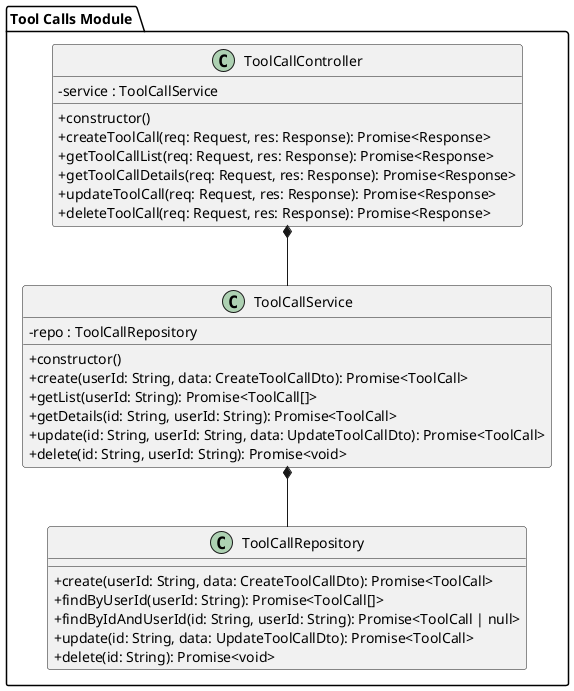
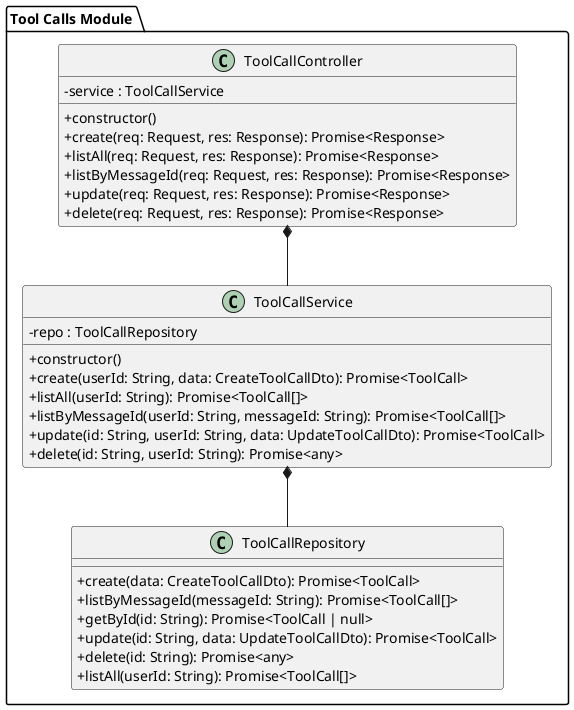
@startuml Class_ToolCalls

skinparam linetype ortho
skinparam classAttributeIconSize 0

package "Tool Calls Module " {

  class "ToolCallController" as ToolCallController {
    - service : ToolCallService
    + constructor()
-     + createToolCall(req: Request, res: Response): Promise<Response>
-     + getToolCallList(req: Request, res: Response): Promise<Response>
-     + getToolCallDetails(req: Request, res: Response): Promise<Response>
-     + updateToolCall(req: Request, res: Response): Promise<Response>
-     + deleteToolCall(req: Request, res: Response): Promise<Response>
+     + create(req: Request, res: Response): Promise<Response>
+     + listAll(req: Request, res: Response): Promise<Response>
+     + listByMessageId(req: Request, res: Response): Promise<Response>
+     + update(req: Request, res: Response): Promise<Response>
+     + delete(req: Request, res: Response): Promise<Response>
  }

  class "ToolCallService" as ToolCallService {
    - repo : ToolCallRepository
    + constructor()
    + create(userId: String, data: CreateToolCallDto): Promise<ToolCall>
-     + getList(userId: String): Promise<ToolCall[]>
-     + getDetails(id: String, userId: String): Promise<ToolCall>
+     + listAll(userId: String): Promise<ToolCall[]>
+     + listByMessageId(userId: String, messageId: String): Promise<ToolCall[]>
    + update(id: String, userId: String, data: UpdateToolCallDto): Promise<ToolCall>
-     + delete(id: String, userId: String): Promise<void>
+     + delete(id: String, userId: String): Promise<any>
  }

  class "ToolCallRepository" as ToolCallRepository {
-     + create(userId: String, data: CreateToolCallDto): Promise<ToolCall>
-     + findByUserId(userId: String): Promise<ToolCall[]>
-     + findByIdAndUserId(id: String, userId: String): Promise<ToolCall | null>
+     + create(data: CreateToolCallDto): Promise<ToolCall>
+     + listByMessageId(messageId: String): Promise<ToolCall[]>
+     + getById(id: String): Promise<ToolCall | null>
    + update(id: String, data: UpdateToolCallDto): Promise<ToolCall>
-     + delete(id: String): Promise<void>
+     + delete(id: String): Promise<any>
+     + listAll(userId: String): Promise<ToolCall[]>
  }
}

ToolCallController *-- ToolCallService
ToolCallService *-- ToolCallRepository

@enduml
